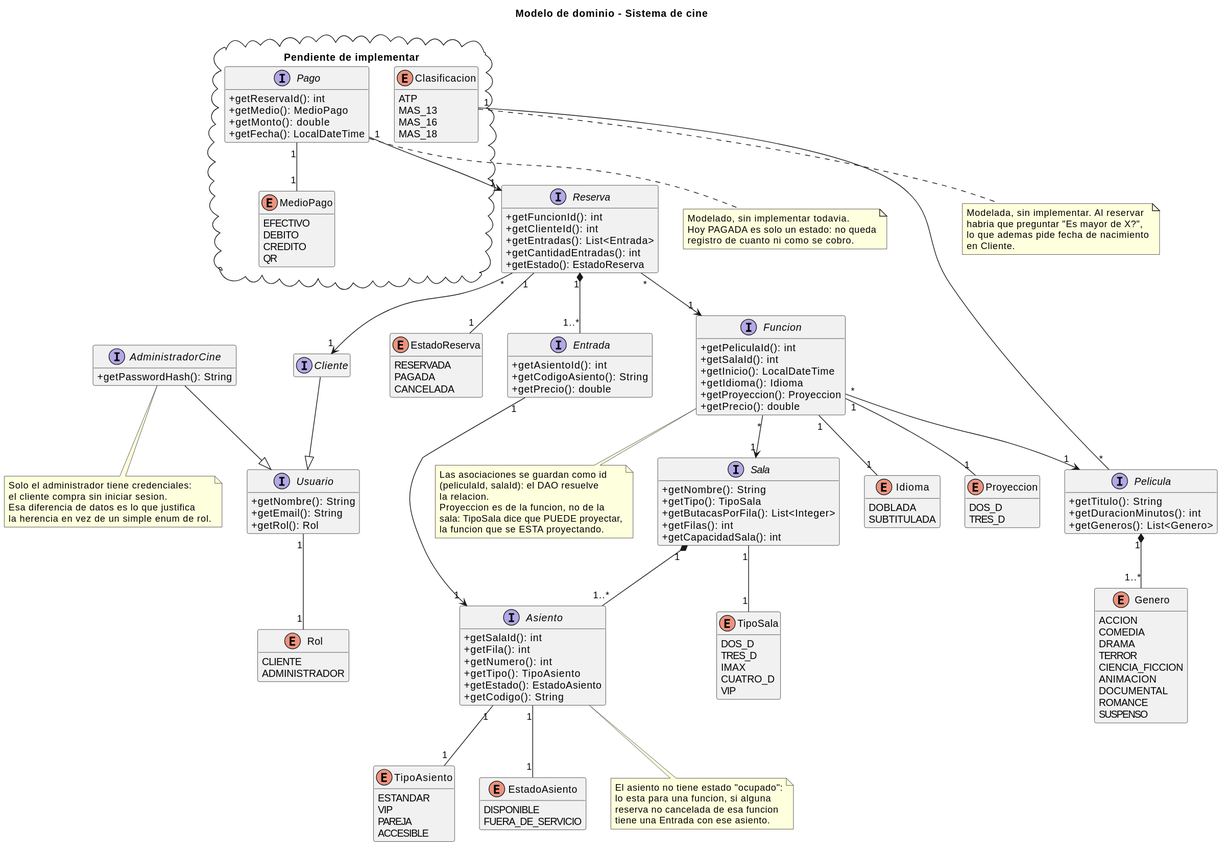
Before: cine-backend/docs/diagramas/clases-dominio.svg, a diagram exported from PlantUML (andreiveisuade/cine-uade).
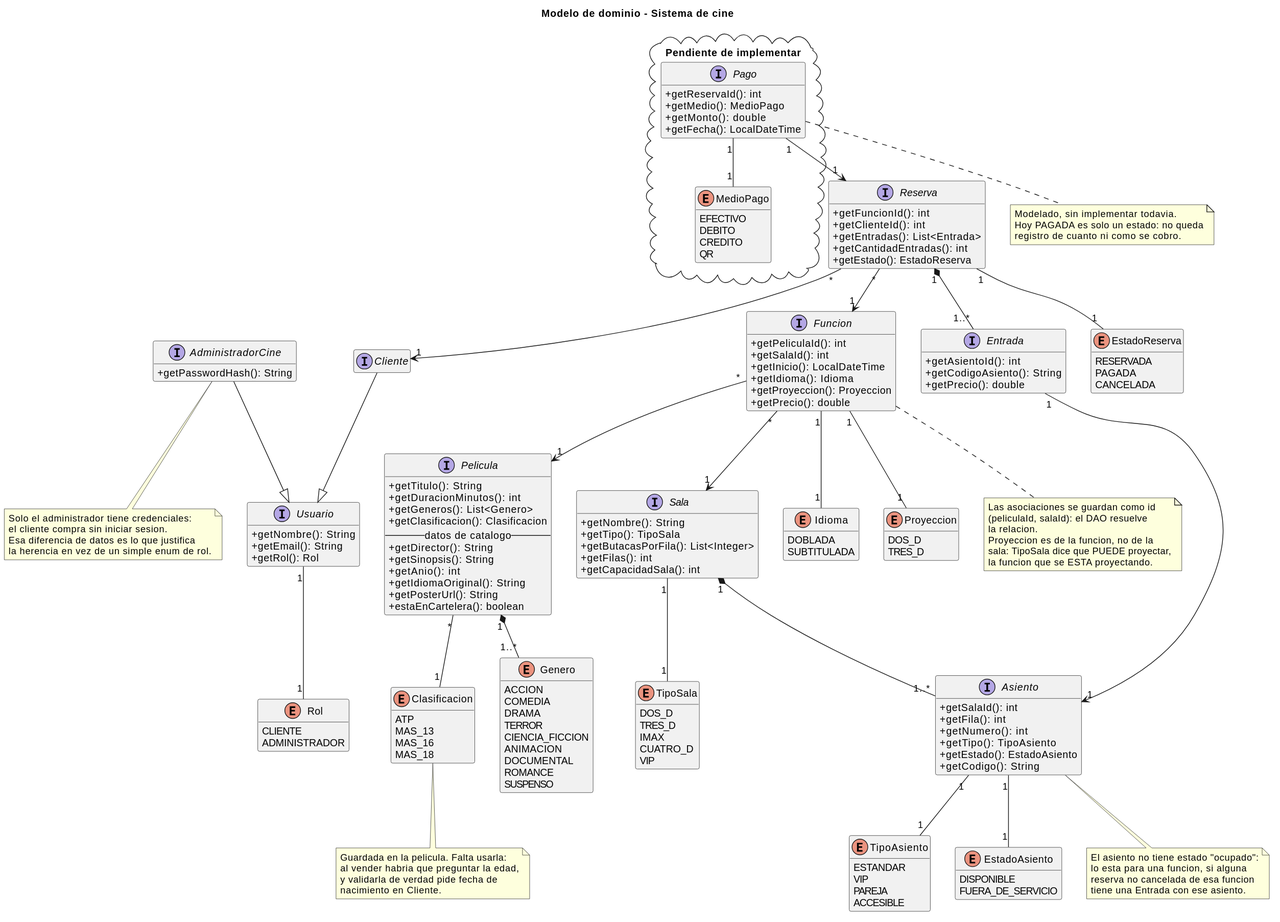
After the change.

What changed in the source:
```diff
@@ -8,6 +8,14 @@
   +getTitulo(): String
   +getDuracionMinutos(): int
   +getGeneros(): List<Genero>
+  +getClasificacion(): Clasificacion
+  --datos de catalogo--
+  +getDirector(): String
+  +getSinopsis(): String
+  +getAnio(): int
+  +getIdiomaOriginal(): String
+  +getPosterUrl(): String
+  +estaEnCartelera(): boolean
 }
 
 interface Sala {
@@ -70,6 +78,13 @@
   +getAsientoId(): int
   +getCodigoAsiento(): String
   +getPrecio(): double
+}
+
+enum Clasificacion {
+  ATP
+  MAS_13
+  MAS_16
+  MAS_18
 }
 
 enum Genero {
@@ -174,18 +189,11 @@
     CREDITO
     QR
   }
-
-  enum Clasificacion {
-    ATP
-    MAS_13
-    MAS_16
-    MAS_18
-  }
 }
 
 Pago "1" --> "1" Reserva
 Pago "1" -- "1" MedioPago
-Clasificacion "1" -- "*" Pelicula
+Pelicula "*" -- "1" Clasificacion
 
 note bottom of Pago
   Modelado, sin implementar todavia.
@@ -194,9 +202,9 @@
 end note
 
 note bottom of Clasificacion
-  Modelada, sin implementar. Al reservar
-  habria que preguntar "Es mayor de X?",
-  lo que ademas pide fecha de nacimiento
-  en Cliente.
+  Guardada en la pelicula. Falta usarla:
+  al vender habria que preguntar la edad,
+  y validarla de verdad pide fecha de
+  nacimiento en Cliente.
 end note
 @enduml
```
